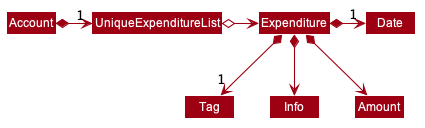
This is docs/images/BetterModelClassDiagram.png from zwasd/main, a PlantUML export, as it was before one commit. Its diagram source:
```plantuml
@startuml








skinparam BackgroundColor #FFFFFFF

skinparam Shadowing false

skinparam Class {
    FontColor #FFFFFF
    BorderThickness 1
    BorderColor #FFFFFF
    StereotypeFontColor #FFFFFF
    FontName Arial
}

skinparam Actor {
    BorderColor #000000
    Color #000000
    FontName Arial
}

skinparam Sequence {
    MessageAlign center
    BoxFontSize 15
    BoxPadding 0
    BoxFontColor #FFFFFF
    FontName Arial
}

skinparam Participant {
    FontColor #FFFFFFF
    Padding 20
}

skinparam MinClassWidth 50
skinparam ParticipantPadding 10
skinparam Shadowing false
skinparam DefaultTextAlignment center
skinparam packageStyle Rectangle

hide footbox
hide members
hide circle
skinparam arrowThickness 1.1
skinparam arrowColor #9D0012
skinparam classBackgroundColor #9D0012

Account *-right-> "1" UniqueExpenditureList

UniqueExpenditureList o-right-> Expenditure

Expenditure *--> "1" Tag
Expenditure *--> Info
Expenditure *--> Amount
Expenditure *-> "1" Date

@enduml
```
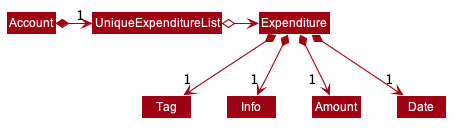
The same diagram one commit later.

Change to the diagram source:
```diff
@@ -56,8 +56,8 @@
 UniqueExpenditureList o-right-> Expenditure
 
 Expenditure *--> "1" Tag
-Expenditure *--> Info
-Expenditure *--> Amount
-Expenditure *-> "1" Date
+Expenditure *--> "1" Info
+Expenditure *--> "1  "Amount
+Expenditure *--> "1" Date
 
 @enduml
```
